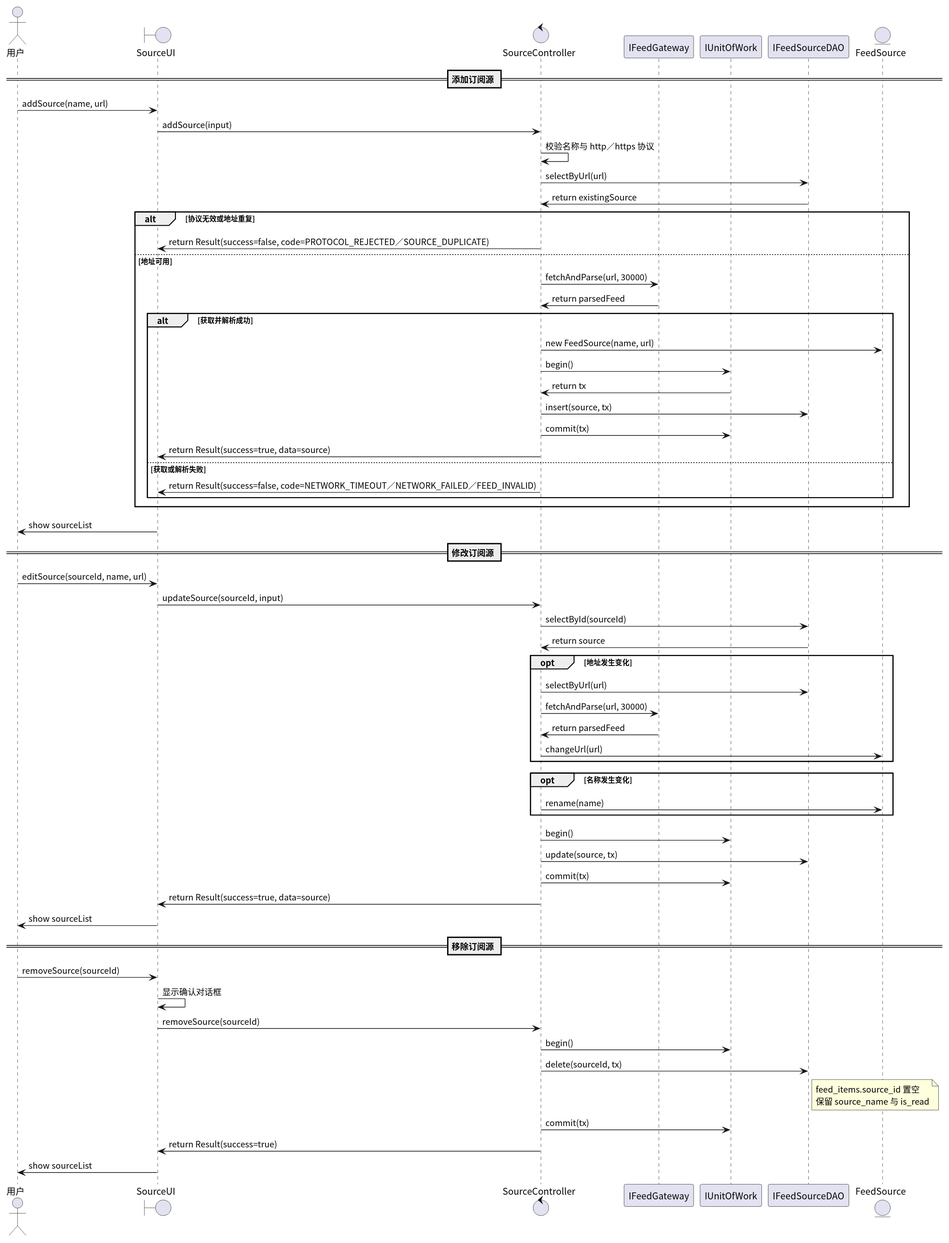
Before: docs/SE_Experiment/design/figures/uc02.svg, a diagram exported from PlantUML (AlanRosston/labloom).
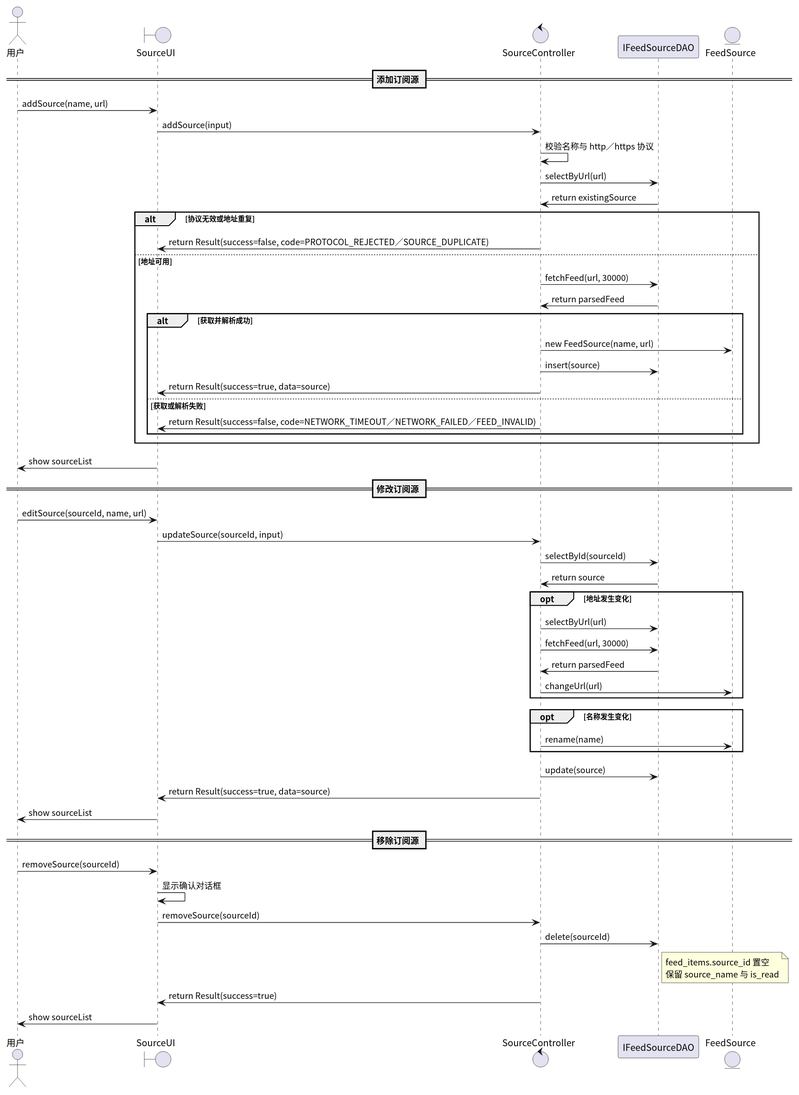
After the change.

Change to the diagram source:
```diff
@@ -3,8 +3,6 @@
 actor 用户
 boundary SourceUI
 control SourceController
-participant IFeedGateway
-participant IUnitOfWork
 participant IFeedSourceDAO
 entity FeedSource
 
@@ -17,14 +15,11 @@
 alt 协议无效或地址重复
   SourceController -> SourceUI: return Result(success=false, code=PROTOCOL_REJECTED／SOURCE_DUPLICATE)
 else 地址可用
-  SourceController -> IFeedGateway: fetchAndParse(url, 30000)
-  IFeedGateway -> SourceController: return parsedFeed
+  SourceController -> IFeedSourceDAO: fetchFeed(url, 30000)
+  IFeedSourceDAO -> SourceController: return parsedFeed
   alt 获取并解析成功
     SourceController -> FeedSource: new FeedSource(name, url)
-    SourceController -> IUnitOfWork: begin()
-    IUnitOfWork -> SourceController: return tx
-    SourceController -> IFeedSourceDAO: insert(source, tx)
-    SourceController -> IUnitOfWork: commit(tx)
+    SourceController -> IFeedSourceDAO: insert(source)
     SourceController -> SourceUI: return Result(success=true, data=source)
   else 获取或解析失败
     SourceController -> SourceUI: return Result(success=false, code=NETWORK_TIMEOUT／NETWORK_FAILED／FEED_INVALID)
@@ -39,16 +34,14 @@
 IFeedSourceDAO -> SourceController: return source
 opt 地址发生变化
   SourceController -> IFeedSourceDAO: selectByUrl(url)
-  SourceController -> IFeedGateway: fetchAndParse(url, 30000)
-  IFeedGateway -> SourceController: return parsedFeed
+  SourceController -> IFeedSourceDAO: fetchFeed(url, 30000)
+  IFeedSourceDAO -> SourceController: return parsedFeed
   SourceController -> FeedSource: changeUrl(url)
 end
 opt 名称发生变化
   SourceController -> FeedSource: rename(name)
 end
-SourceController -> IUnitOfWork: begin()
-SourceController -> IFeedSourceDAO: update(source, tx)
-SourceController -> IUnitOfWork: commit(tx)
+SourceController -> IFeedSourceDAO: update(source)
 SourceController -> SourceUI: return Result(success=true, data=source)
 SourceUI -> 用户: show sourceList
 
@@ -56,10 +49,8 @@
 用户 -> SourceUI: removeSource(sourceId)
 SourceUI -> SourceUI: 显示确认对话框
 SourceUI -> SourceController: removeSource(sourceId)
-SourceController -> IUnitOfWork: begin()
-SourceController -> IFeedSourceDAO: delete(sourceId, tx)
+SourceController -> IFeedSourceDAO: delete(sourceId)
 note right of IFeedSourceDAO: feed_items.source_id 置空\n保留 source_name 与 is_read
-SourceController -> IUnitOfWork: commit(tx)
 SourceController -> SourceUI: return Result(success=true)
 SourceUI -> 用户: show sourceList
 @enduml
```
